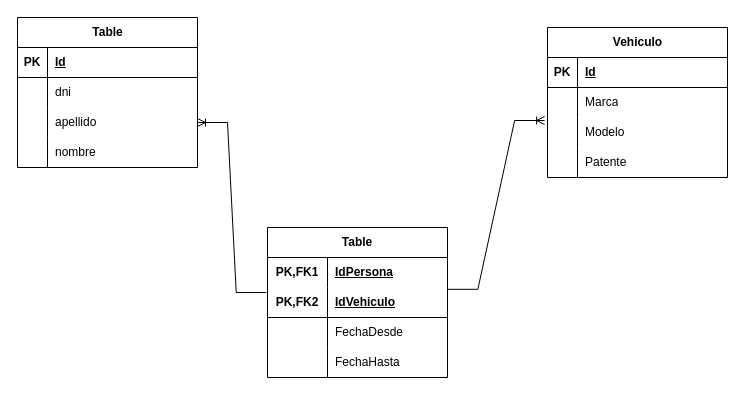
MateoBorrero8/Yo. keeps this draw.io diagram as Diagrama sin título.drawio. Above is the earlier version. Source tidied: cells renumbered, new cells numbered last; positions are measured from the earlier drawing's top-left corner, leaving out a move shared by most shapes. Both pictures are drawn from the tidied source at 100%, with x=0, y=0 at pixel (17, 17).
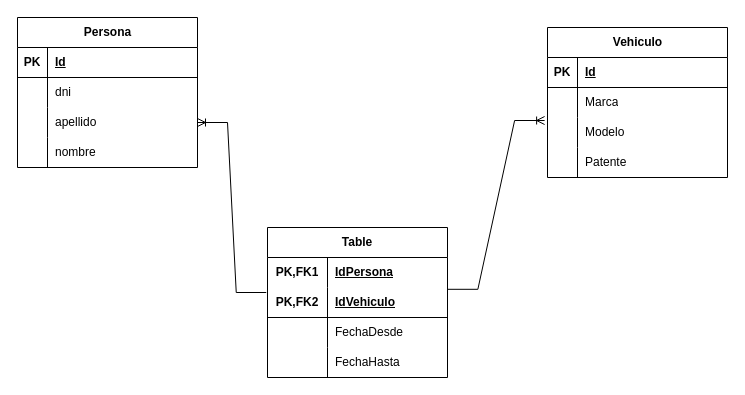
After the change.

Commit message (it also covers changes not shown here):
Primer Diagrama Bases de Datos 1

Change to the diagram source:
```diff
@@
-    <mxCell id="2" value="Table" style="shape=table;startSize=30;childLayout=tableLayout;rowLines=0;fontStyle=1;align=center;html=1;" parent="1" vertex="1">
+    <mxCell id="2" value="Persona" style="shape=table;startSize=30;childLayout=tableLayout;rowLines=0;fontStyle=1;align=center;html=1;" parent="1" vertex="1">
       <mxGeometry width="180" height="150" as="geometry" />
     </mxCell>
```
